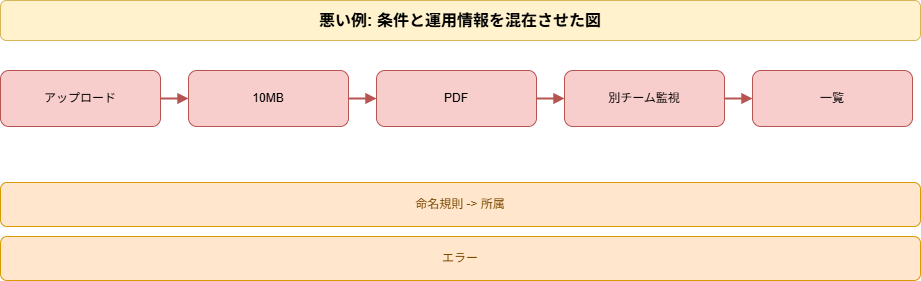
This is docs/zukai-drill/data/diagrams/easy-upload-validation_bad-diagram.drawio.png from kaku3/workbooks, a draw.io export, as it was before one commit. Source tidied: cells renumbered, new cells last; positions are measured from the earlier drawing's top-left corner, leaving out a move shared by most shapes.
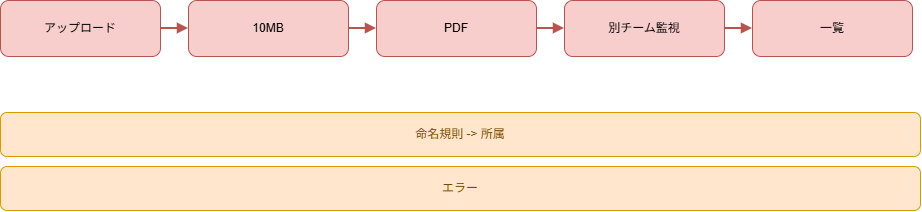
The same file after the commit.

Change to the diagram source:
```diff
@@ -2,9 +2,6 @@
   <root>
     <mxCell id="0" />
     <mxCell id="1" parent="0" />
-    <mxCell id="2" value="悪い例: 条件と運用情報を混在させた図" style="rounded=1;whiteSpace=wrap;html=1;fillColor=#fff2cc;strokeColor=#d6b656;fontSize=16;fontStyle=1;" parent="1" vertex="1">
-      <mxGeometry width="920" height="40" as="geometry" />
-    </mxCell>
     <mxCell id="3" value="アップロード" style="rounded=1;whiteSpace=wrap;html=1;fillColor=#f8cecc;strokeColor=#b85450;" parent="1" vertex="1">
       <mxGeometry y="70" width="160" height="56" as="geometry" />
     </mxCell>
```
